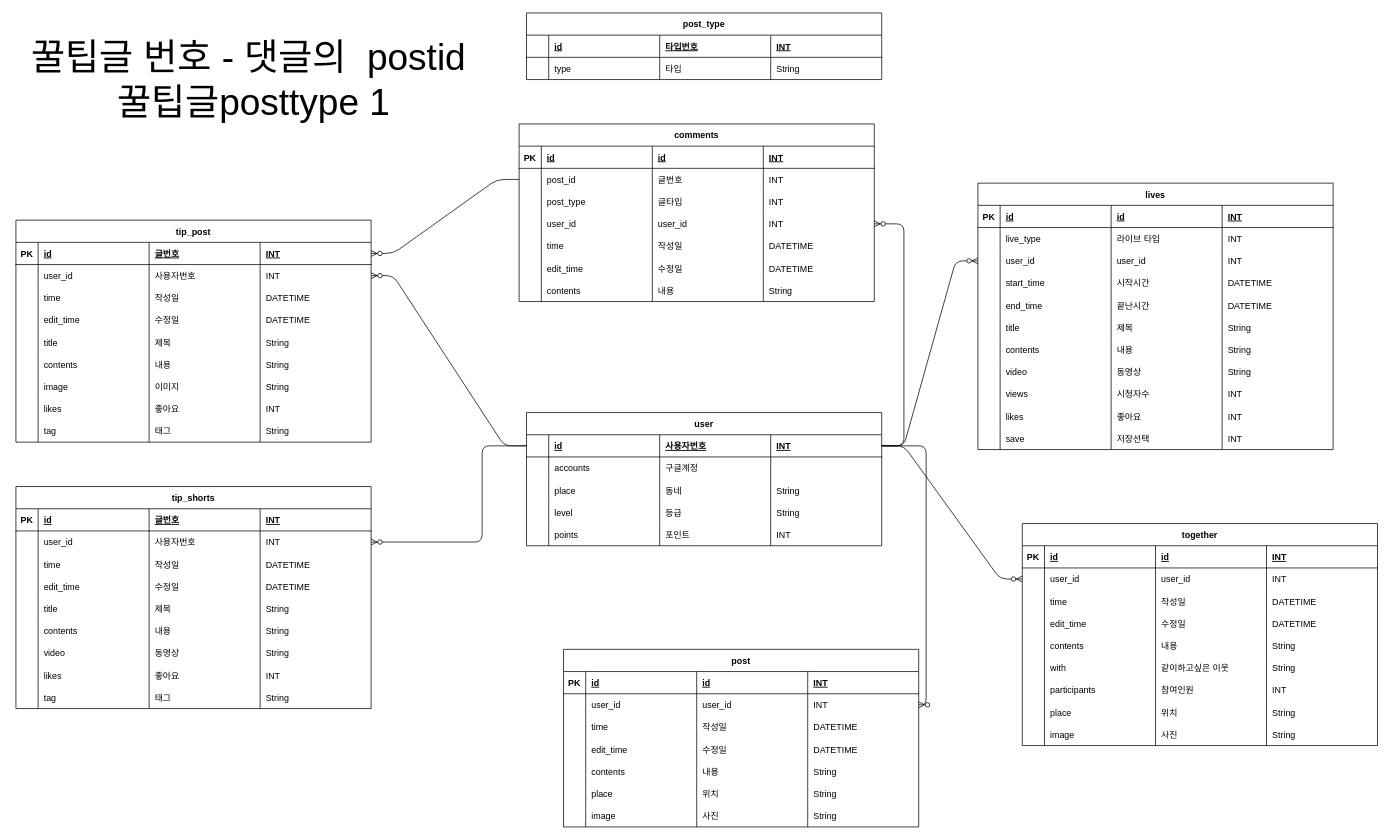
Earlier version of the draw.io diagram Untitled Diagram.drawio (fjwldap/2016726031). Source tidied: cells renumbered, new cells numbered last; positions are measured from the earlier drawing's top-left corner, leaving out a move shared by most shapes. Both pictures are drawn from the tidied source at 74%, with x=0, y=0 at pixel (13, 13).
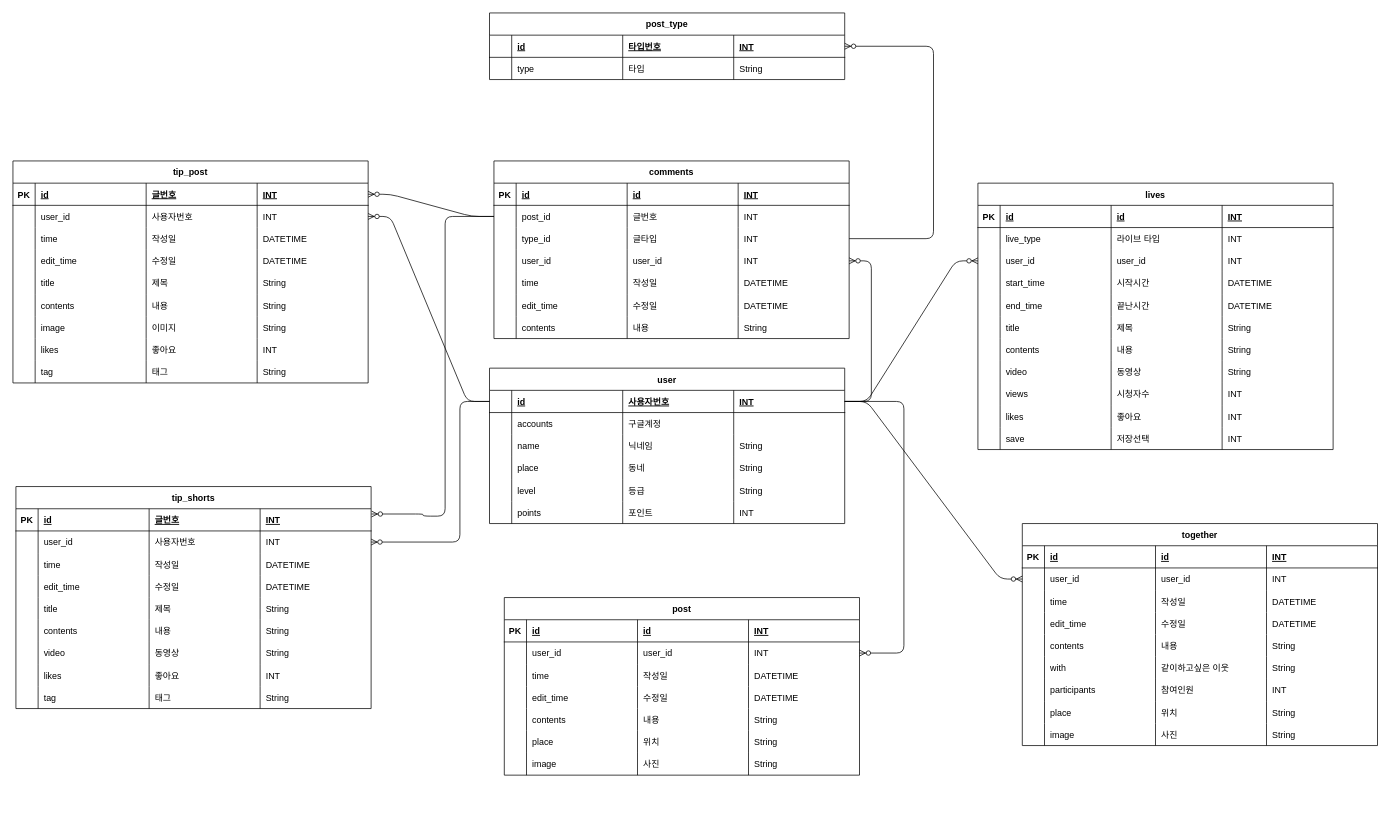
Above is the later version.

The change refers to these unchanged cells:
```xml
<mxCell id="3" style="shape=partialRectangle;fillColor=none;top=0;left=0;bottom=1;right=0;points=[[0,0.5],[1,0.5]];portConstraint=eastwest;" parent="2" vertex="1">
  <mxGeometry y="30" width="480" height="30" as="geometry" />
</mxCell>
<mxCell id="80" style="shape=partialRectangle;fillColor=none;top=0;left=0;bottom=0;right=0;points=[[0,0.5],[1,0.5]];portConstraint=eastwest;" parent="74" vertex="1">
  <mxGeometry y="60" width="480" height="30" as="geometry" />
</mxCell>
<mxCell id="85" style="shape=partialRectangle;fillColor=none;top=0;left=0;bottom=0;right=0;points=[[0,0.5],[1,0.5]];portConstraint=eastwest;" parent="74" vertex="1">
  <mxGeometry y="90" width="480" height="30" as="geometry" />
</mxCell>
<mxCell id="116" style="shape=partialRectangle;fillColor=none;top=0;left=0;bottom=0;right=0;points=[[0,0.5],[1,0.5]];portConstraint=eastwest;" parent="110" vertex="1">
  <mxGeometry y="60" width="480" height="30" as="geometry" />
</mxCell>
<mxCell id="254" value="tip_shorts" style="shape=table;startSize=30;childLayout=tableLayout;rowLines=0;fontStyle=1;align=center;" parent="1" vertex="1">
  <mxGeometry x="4" y="640" width="480" height="300" as="geometry" />
</mxCell>
<mxCell id="255" style="shape=partialRectangle;fillColor=none;top=0;left=0;bottom=1;right=0;points=[[0,0.5],[1,0.5]];portConstraint=eastwest;" parent="254" vertex="1">
  <mxGeometry y="30" width="480" height="30" as="geometry" />
</mxCell>
<mxCell id="301" style="shape=partialRectangle;fillColor=none;top=0;left=0;bottom=1;right=0;points=[[0,0.5],[1,0.5]];portConstraint=eastwest;" parent="300" vertex="1">
  <mxGeometry y="30" width="480" height="30" as="geometry" />
</mxCell>
```

Change to the diagram source:
```diff
@@
     <mxCell id="2" value="user" style="shape=table;startSize=30;childLayout=tableLayout;rowLines=0;fontStyle=1;align=center;" parent="1" vertex="1">
-      <mxGeometry x="694" y="540" width="480" height="180" as="geometry" />
+      <mxGeometry x="644" y="480" width="480" height="210" as="geometry" />
     </mxCell>
@@
+    <mxCell id="313" style="shape=partialRectangle;fillColor=none;top=0;left=0;bottom=0;right=0;" parent="2" vertex="1">
+      <mxGeometry y="90" width="480" height="30" as="geometry" />
+    </mxCell>
+    <mxCell id="314" style="shape=partialRectangle;fillColor=none;top=0;left=0;bottom=0;right=0;overflow=hidden;" parent="313" vertex="1">
+      <mxGeometry width="30" height="30" as="geometry" />
+    </mxCell>
+    <mxCell id="315" value="name" style="shape=partialRectangle;fillColor=none;top=0;left=0;bottom=0;right=0;align=left;spacingLeft=6;overflow=hidden;" parent="313" vertex="1">
+      <mxGeometry x="30" width="150" height="30" as="geometry" />
+    </mxCell>
+    <mxCell id="316" value="닉네임" style="shape=partialRectangle;fillColor=none;top=0;left=0;bottom=0;right=0;align=left;spacingLeft=6;overflow=hidden;" parent="313" vertex="1">
+      <mxGeometry x="180" width="150" height="30" as="geometry" />
+    </mxCell>
+    <mxCell id="317" value="String" style="shape=partialRectangle;fillColor=none;top=0;left=0;bottom=0;right=0;align=left;spacingLeft=6;overflow=hidden;" parent="313" vertex="1">
+      <mxGeometry x="330" width="150" height="30" as="geometry" />
+    </mxCell>
     <mxCell id="13" style="shape=partialRectangle;fillColor=none;top=0;left=0;bottom=0;right=0;" parent="2" vertex="1">
-      <mxGeometry y="90" width="480" height="30" as="geometry" />
+      <mxGeometry y="120" width="480" height="30" as="geometry" />
     </mxCell>
@@
     <mxCell id="18" style="shape=partialRectangle;fillColor=none;top=0;left=0;bottom=0;right=0;" parent="2" vertex="1">
-      <mxGeometry y="120" width="480" height="30" as="geometry" />
+      <mxGeometry y="150" width="480" height="30" as="geometry" />
     </mxCell>
@@
     <mxCell id="23" style="shape=partialRectangle;fillColor=none;top=0;left=0;bottom=0;right=0;" parent="2" vertex="1">
-      <mxGeometry y="150" width="480" height="30" as="geometry" />
+      <mxGeometry y="180" width="480" height="30" as="geometry" />
     </mxCell>
@@
     <mxCell id="28" value="tip_post" style="shape=table;startSize=30;childLayout=tableLayout;rowLines=0;fontStyle=1;align=center;" parent="1" vertex="1">
-      <mxGeometry x="4" y="280" width="480" height="300" as="geometry" />
+      <mxGeometry y="200" width="480" height="300" as="geometry" />
     </mxCell>
@@
-    <mxCell id="34" style="shape=partialRectangle;fillColor=none;top=0;left=0;bottom=0;right=0;points=[[0,0.5],[1,0.5]];portConstraint=eastwest;" parent="28" vertex="1">
-      <mxGeometry y="60" width="480" height="30" as="geometry" />
-    </mxCell>
-    <mxCell id="35" style="shape=partialRectangle;fillColor=none;top=0;left=0;bottom=0;right=0;overflow=hidden;" parent="34" vertex="1">
-      <mxGeometry width="30" height="30" as="geometry" />
-    </mxCell>
-    <mxCell id="36" value="user_id" style="shape=partialRectangle;fillColor=none;top=0;left=0;bottom=0;right=0;align=left;spacingLeft=6;overflow=hidden;" parent="34" vertex="1">
-      <mxGeometry x="30" width="150" height="30" as="geometry" />
-    </mxCell>
-    <mxCell id="37" value="사용자번호" style="shape=partialRectangle;fillColor=none;top=0;left=0;bottom=0;right=0;align=left;spacingLeft=6;overflow=hidden;" parent="34" vertex="1">
-      <mxGeometry x="180" width="150" height="30" as="geometry" />
-    </mxCell>
-    <mxCell id="38" value="INT" style="shape=partialRectangle;fillColor=none;top=0;left=0;bottom=0;right=0;align=left;spacingLeft=6;overflow=hidden;" parent="34" vertex="1">
-      <mxGeometry x="330" width="150" height="30" as="geometry" />
-    </mxCell>
+    <mxCell id="318" style="shape=partialRectangle;fillColor=none;top=0;left=0;bottom=0;right=0;points=[[0,0.5],[1,0.5]];portConstraint=eastwest;" parent="28" vertex="1">
+      <mxGeometry y="60" width="480" height="30" as="geometry" />
+    </mxCell>
+    <mxCell id="319" style="shape=partialRectangle;fillColor=none;top=0;left=0;bottom=0;right=0;overflow=hidden;" parent="318" vertex="1">
+      <mxGeometry width="30" height="30" as="geometry" />
+    </mxCell>
+    <mxCell id="320" value="user_id" style="shape=partialRectangle;fillColor=none;top=0;left=0;bottom=0;right=0;align=left;spacingLeft=6;overflow=hidden;" parent="318" vertex="1">
+      <mxGeometry x="30" width="150" height="30" as="geometry" />
+    </mxCell>
+    <mxCell id="321" value="사용자번호" style="shape=partialRectangle;fillColor=none;top=0;left=0;bottom=0;right=0;align=left;spacingLeft=6;overflow=hidden;" parent="318" vertex="1">
+      <mxGeometry x="180" width="150" height="30" as="geometry" />
+    </mxCell>
+    <mxCell id="322" value="INT" style="shape=partialRectangle;fillColor=none;top=0;left=0;bottom=0;right=0;align=left;spacingLeft=6;overflow=hidden;" parent="318" vertex="1">
+      <mxGeometry x="330" width="150" height="30" as="geometry" />
+    </mxCell>
@@
     <mxCell id="74" value="comments" style="shape=table;startSize=30;childLayout=tableLayout;rowLines=0;fontStyle=1;align=center;" parent="1" vertex="1">
-      <mxGeometry x="684" y="150" width="480" height="240" as="geometry" />
+      <mxGeometry x="650" y="200" width="480" height="240" as="geometry" />
     </mxCell>
@@
-    <mxCell id="87" value="post_type" style="shape=partialRectangle;fillColor=none;top=0;left=0;bottom=0;right=0;align=left;spacingLeft=6;overflow=hidden;" parent="85" vertex="1">
+    <mxCell id="87" value="type_id" style="shape=partialRectangle;fillColor=none;top=0;left=0;bottom=0;right=0;align=left;spacingLeft=6;overflow=hidden;" parent="85" vertex="1">
       <mxGeometry x="30" width="150" height="30" as="geometry" />
     </mxCell>
@@
     <mxCell id="110" value="post" style="shape=table;startSize=30;childLayout=tableLayout;rowLines=0;fontStyle=1;align=center;" parent="1" vertex="1">
-      <mxGeometry x="744" y="860" width="480" height="240" as="geometry" />
+      <mxGeometry x="664" y="790" width="480" height="240" as="geometry" />
     </mxCell>
@@
-    <mxCell id="248" style="edgeStyle=entityRelationEdgeStyle;fontSize=12;html=1;endArrow=ERzeroToMany;exitX=0;exitY=0.5;exitDx=0;exitDy=0;endFill=1;" parent="1" edge="1" source="3" target="34">
+    <mxCell id="248" style="edgeStyle=entityRelationEdgeStyle;fontSize=12;html=1;endArrow=ERzeroToMany;exitX=0;exitY=0.5;exitDx=0;exitDy=0;endFill=1;entryX=1;entryY=0.5;entryDx=0;entryDy=0;" parent="1" edge="1" source="3" target="318">
       <mxGeometry relative="1" as="geometry" />
     </mxCell>
-    <mxCell id="249" style="edgeStyle=orthogonalEdgeStyle;fontSize=12;html=1;endArrow=ERzeroToMany;endFill=1;entryX=1;entryY=0.5;entryDx=0;entryDy=0;exitX=0;exitY=0.5;exitDx=0;exitDy=0;" parent="1" edge="1" source="3" target="260">
+    <mxCell id="249" style="edgeStyle=orthogonalEdgeStyle;fontSize=12;html=1;endArrow=ERzeroToMany;endFill=1;entryX=1;entryY=0.5;entryDx=0;entryDy=0;exitX=0;exitY=0.5;exitDx=0;exitDy=0;" parent="1" edge="1" source="3" target="323">
       <mxGeometry relative="1" as="geometry">
         <Array as="points">
-          <mxPoint x="634" y="585" />
-          <mxPoint x="634" y="715" />
+          <mxPoint x="604" y="525" />
+          <mxPoint x="604" y="715" />
         </Array>
       </mxGeometry>
     </mxCell>
     <mxCell id="250" style="edgeStyle=orthogonalEdgeStyle;fontSize=12;html=1;endArrow=ERzeroToMany;exitX=1;exitY=0.5;exitDx=0;exitDy=0;endFill=1;entryX=1;entryY=0.5;entryDx=0;entryDy=0;" parent="1" edge="1" source="3" target="116">
-      <mxGeometry relative="1" as="geometry" />
+      <mxGeometry relative="1" as="geometry">
+        <Array as="points">
+          <mxPoint x="1204" y="525" />
+          <mxPoint x="1204" y="865" />
+        </Array>
+      </mxGeometry>
     </mxCell>
@@
-    <mxCell id="260" style="shape=partialRectangle;fillColor=none;top=0;left=0;bottom=0;right=0;points=[[0,0.5],[1,0.5]];portConstraint=eastwest;" parent="254" vertex="1">
-      <mxGeometry y="60" width="480" height="30" as="geometry" />
-    </mxCell>
-    <mxCell id="261" style="shape=partialRectangle;fillColor=none;top=0;left=0;bottom=0;right=0;overflow=hidden;" parent="260" vertex="1">
-      <mxGeometry width="30" height="30" as="geometry" />
-    </mxCell>
-    <mxCell id="262" value="user_id" style="shape=partialRectangle;fillColor=none;top=0;left=0;bottom=0;right=0;align=left;spacingLeft=6;overflow=hidden;" parent="260" vertex="1">
-      <mxGeometry x="30" width="150" height="30" as="geometry" />
-    </mxCell>
-    <mxCell id="263" value="사용자번호" style="shape=partialRectangle;fillColor=none;top=0;left=0;bottom=0;right=0;align=left;spacingLeft=6;overflow=hidden;" parent="260" vertex="1">
-      <mxGeometry x="180" width="150" height="30" as="geometry" />
-    </mxCell>
-    <mxCell id="264" value="INT" style="shape=partialRectangle;fillColor=none;top=0;left=0;bottom=0;right=0;align=left;spacingLeft=6;overflow=hidden;" parent="260" vertex="1">
-      <mxGeometry x="330" width="150" height="30" as="geometry" />
-    </mxCell>
+    <mxCell id="323" style="shape=partialRectangle;fillColor=none;top=0;left=0;bottom=0;right=0;points=[[0,0.5],[1,0.5]];portConstraint=eastwest;" parent="254" vertex="1">
+      <mxGeometry y="60" width="480" height="30" as="geometry" />
+    </mxCell>
+    <mxCell id="324" style="shape=partialRectangle;fillColor=none;top=0;left=0;bottom=0;right=0;overflow=hidden;" parent="323" vertex="1">
+      <mxGeometry width="30" height="30" as="geometry" />
+    </mxCell>
+    <mxCell id="325" value="user_id" style="shape=partialRectangle;fillColor=none;top=0;left=0;bottom=0;right=0;align=left;spacingLeft=6;overflow=hidden;" parent="323" vertex="1">
+      <mxGeometry x="30" width="150" height="30" as="geometry" />
+    </mxCell>
+    <mxCell id="326" value="사용자번호" style="shape=partialRectangle;fillColor=none;top=0;left=0;bottom=0;right=0;align=left;spacingLeft=6;overflow=hidden;" parent="323" vertex="1">
+      <mxGeometry x="180" width="150" height="30" as="geometry" />
+    </mxCell>
+    <mxCell id="327" value="INT" style="shape=partialRectangle;fillColor=none;top=0;left=0;bottom=0;right=0;align=left;spacingLeft=6;overflow=hidden;" parent="323" vertex="1">
+      <mxGeometry x="330" width="150" height="30" as="geometry" />
+    </mxCell>
@@
     <mxCell id="300" value="post_type" style="shape=table;startSize=30;childLayout=tableLayout;rowLines=0;fontStyle=1;align=center;" parent="1" vertex="1">
-      <mxGeometry x="694" width="480" height="90" as="geometry" />
+      <mxGeometry x="644" width="480" height="90" as="geometry" />
     </mxCell>
@@
-    <mxCell id="312" value="&lt;font style=&quot;font-size: 50px&quot;&gt;꿀팁글 번호 - 댓글의&amp;nbsp; postid&amp;nbsp;&lt;br&gt;꿀팁글posttype 1&lt;br&gt;&lt;br&gt;&lt;/font&gt;" style="text;html=1;align=center;verticalAlign=middle;strokeColor=none;" parent="1" vertex="1">
-      <mxGeometry y="80" width="650" height="80" as="geometry" />
-    </mxCell>
+    <mxCell id="328" style="edgeStyle=orthogonalEdgeStyle;fontSize=12;html=1;endArrow=ERzeroToMany;exitX=1;exitY=0.5;exitDx=0;exitDy=0;endFill=1;entryX=1;entryY=0.5;entryDx=0;entryDy=0;" parent="1" edge="1" source="85" target="301">
+      <mxGeometry relative="1" as="geometry">
+        <Array as="points">
+          <mxPoint x="1244" y="305" />
+          <mxPoint x="1244" y="45" />
+        </Array>
+      </mxGeometry>
+    </mxCell>
+    <mxCell id="329" style="edgeStyle=orthogonalEdgeStyle;fontSize=12;html=1;endArrow=ERzeroToMany;exitX=0;exitY=0.5;exitDx=0;exitDy=0;endFill=1;entryX=1.001;entryY=0.237;entryDx=0;entryDy=0;entryPerimeter=0;" parent="1" edge="1" source="80" target="255">
+      <mxGeometry relative="1" as="geometry">
+        <Array as="points">
+          <mxPoint x="584" y="275" />
+          <mxPoint x="584" y="680" />
+          <mxPoint x="554" y="680" />
+          <mxPoint x="554" y="677" />
+        </Array>
+      </mxGeometry>
+    </mxCell>
```
